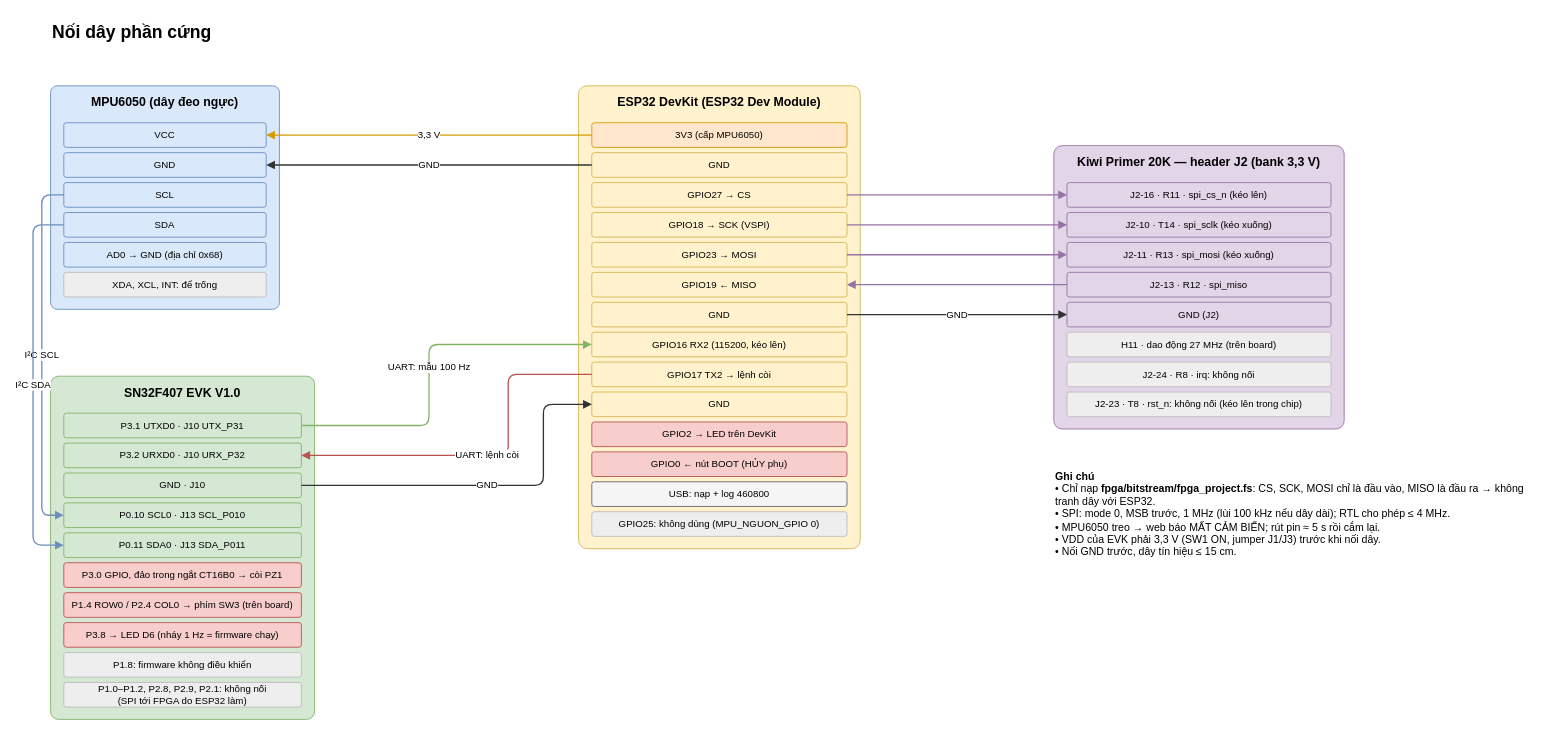
The draw.io diagram page "2. Nối dây (chân)" (2 of 8) of docs/so_do_he_thong.drawio in danhle396/fpga2026gowin, before the edit. Source tidied: cells renumbered, new cells numbered last; positions are measured from the earlier drawing's top-left corner, leaving out a move shared by most shapes. Both pictures are drawn from the tidied source at 88%, with x=0, y=0 at pixel (33, 15).
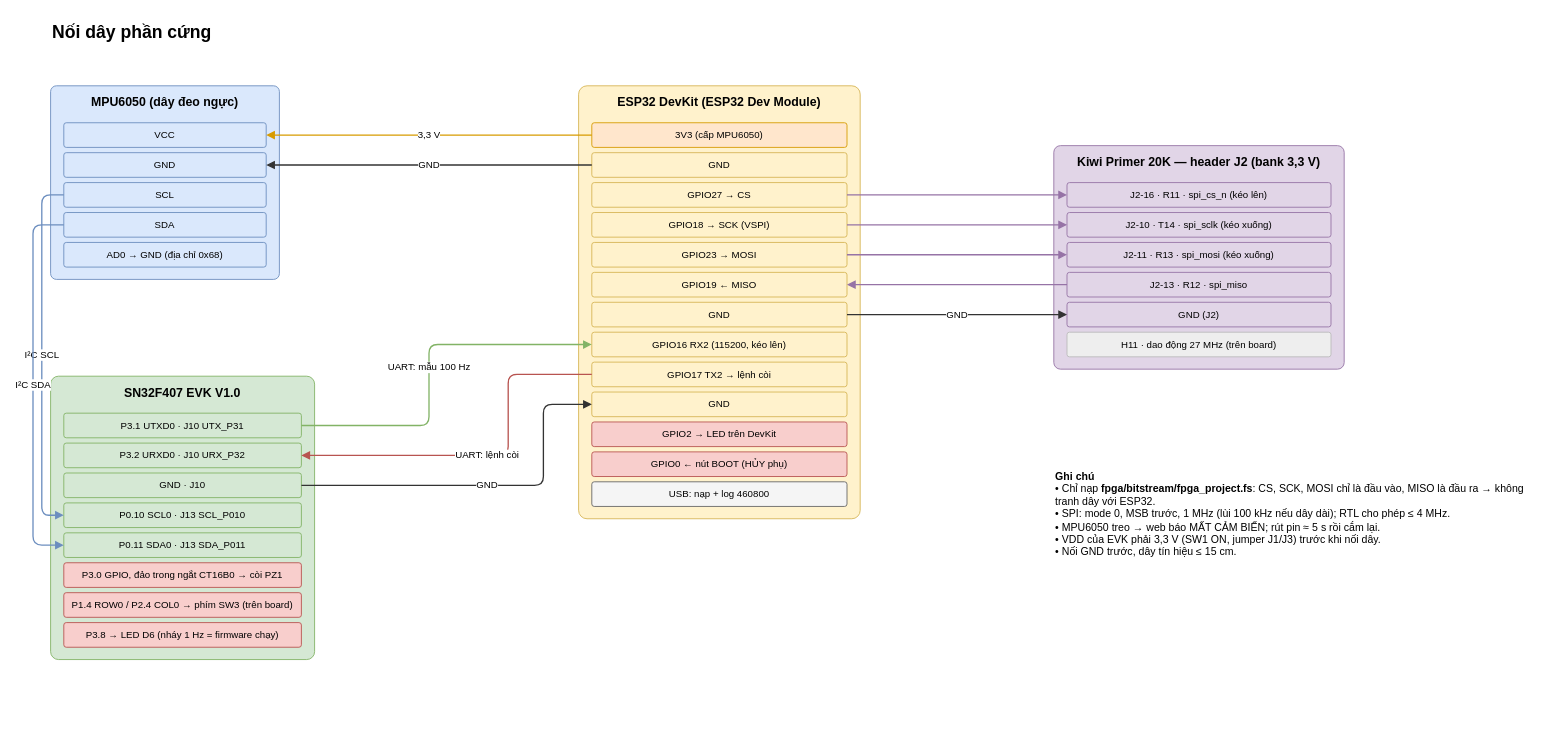
Above is the later version.

The edit, as a diff of the source:
```diff
@@
     <mxCell id="3" value="MPU6050 (dây đeo ngực)" style="rounded=1;whiteSpace=wrap;html=1;arcSize=6;fillColor=#dae8fc;strokeColor=#6c8ebf;verticalAlign=middle;align=center;spacing=6;fontSize=12;verticalAlign=top;align=center;fontStyle=1;fontSize=14;arcSize=3;" parent="1" vertex="1">
-      <mxGeometry x="20" y="80" width="260" height="254" as="geometry" />
+      <mxGeometry x="20" y="80" width="260" height="220" as="geometry" />
     </mxCell>
@@
-    <mxCell id="9" value="XDA, XCL, INT: để trống" style="rounded=1;whiteSpace=wrap;html=1;arcSize=6;fillColor=#eeeeee;strokeColor=#bbbbbb;verticalAlign=middle;align=center;spacing=6;fontSize=12;fontSize=11;arcSize=10;" parent="1" vertex="1">
-      <mxGeometry x="35" y="292" width="230" height="28" as="geometry" />
-    </mxCell>
     <mxCell id="10" value="SN32F407 EVK V1.0" style="rounded=1;whiteSpace=wrap;html=1;arcSize=6;fillColor=#d5e8d4;strokeColor=#82b366;verticalAlign=middle;align=center;spacing=6;fontSize=12;verticalAlign=top;align=center;fontStyle=1;fontSize=14;arcSize=3;" parent="1" vertex="1">
-      <mxGeometry x="20" y="410" width="300" height="390" as="geometry" />
+      <mxGeometry x="20" y="410" width="300" height="322" as="geometry" />
     </mxCell>
@@
-    <mxCell id="19" value="P1.8: firmware không điều khiển" style="rounded=1;whiteSpace=wrap;html=1;arcSize=6;fillColor=#eeeeee;strokeColor=#bbbbbb;verticalAlign=middle;align=center;spacing=6;fontSize=12;fontSize=11;arcSize=10;" parent="1" vertex="1">
-      <mxGeometry x="35" y="724" width="270" height="28" as="geometry" />
-    </mxCell>
-    <mxCell id="20" value="P1.0–P1.2, P2.8, P2.9, P2.1: không nối&lt;br&gt;(SPI tới FPGA do ESP32 làm)" style="rounded=1;whiteSpace=wrap;html=1;arcSize=6;fillColor=#eeeeee;strokeColor=#bbbbbb;verticalAlign=middle;align=center;spacing=6;fontSize=12;fontSize=11;arcSize=10;" parent="1" vertex="1">
-      <mxGeometry x="35" y="758" width="270" height="28" as="geometry" />
-    </mxCell>
     <mxCell id="21" value="ESP32 DevKit (ESP32 Dev Module)" style="rounded=1;whiteSpace=wrap;html=1;arcSize=6;fillColor=#fff2cc;strokeColor=#d6b656;verticalAlign=middle;align=center;spacing=6;fontSize=12;verticalAlign=top;align=center;fontStyle=1;fontSize=14;arcSize=3;" parent="1" vertex="1">
-      <mxGeometry x="620" y="80" width="320" height="526" as="geometry" />
+      <mxGeometry x="620" y="80" width="320" height="492" as="geometry" />
     </mxCell>
@@
-    <mxCell id="35" value="GPIO25: không dùng (MPU_NGUON_GPIO 0)" style="rounded=1;whiteSpace=wrap;html=1;arcSize=6;fillColor=#eeeeee;strokeColor=#bbbbbb;verticalAlign=middle;align=center;spacing=6;fontSize=12;fontSize=11;arcSize=10;" parent="1" vertex="1">
-      <mxGeometry x="635" y="564" width="290" height="28" as="geometry" />
-    </mxCell>
     <mxCell id="36" value="Kiwi Primer 20K — header J2 (bank 3,3 V)" style="rounded=1;whiteSpace=wrap;html=1;arcSize=6;fillColor=#e1d5e7;strokeColor=#9673a6;verticalAlign=middle;align=center;spacing=6;fontSize=12;verticalAlign=top;align=center;fontStyle=1;fontSize=14;arcSize=3;" parent="1" vertex="1">
-      <mxGeometry x="1160" y="148" width="330" height="322" as="geometry" />
+      <mxGeometry x="1160" y="148" width="330" height="254" as="geometry" />
     </mxCell>
@@
-    <mxCell id="43" value="J2-24 · R8 · irq: không nối" style="rounded=1;whiteSpace=wrap;html=1;arcSize=6;fillColor=#eeeeee;strokeColor=#bbbbbb;verticalAlign=middle;align=center;spacing=6;fontSize=12;fontSize=11;arcSize=10;" parent="1" vertex="1">
-      <mxGeometry x="1175" y="394" width="300" height="28" as="geometry" />
-    </mxCell>
-    <mxCell id="44" value="J2-23 · T8 · rst_n: không nối (kéo lên trong chip)" style="rounded=1;whiteSpace=wrap;html=1;arcSize=6;fillColor=#eeeeee;strokeColor=#bbbbbb;verticalAlign=middle;align=center;spacing=6;fontSize=12;fontSize=11;arcSize=10;" parent="1" vertex="1">
-      <mxGeometry x="1175" y="428" width="300" height="28" as="geometry" />
-    </mxCell>
```
